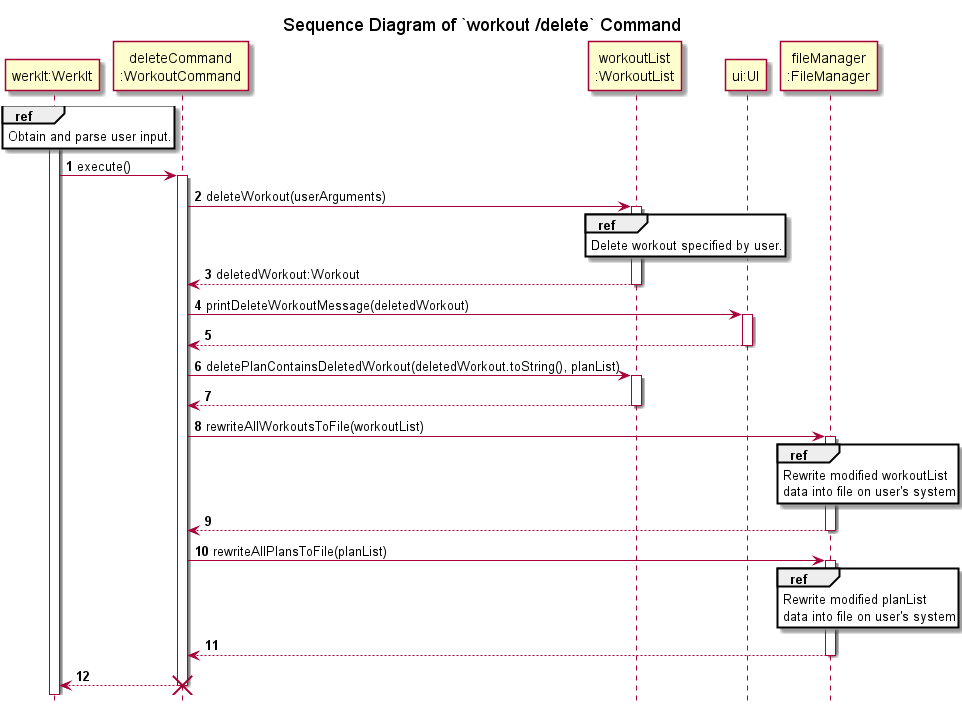
nus-cs2113-AY2122S2/tp keeps this PlantUML diagram as docs/uml/sequenceDiagrams/workouts/images/deleteWorkout-Part1.png. Above is the earlier version. Its diagram source:
```plantuml
@startuml
!include ../../Style.puml

autonumber

title Sequence Diagram of `workout /delete` Command
hide footbox

participant "werkIt:WerkIt" AS WerkIt
participant "deleteCommand\n:WorkoutCommand" AS deleteCommand
participant "workoutList\n:WorkoutList" AS WorkoutList
participant "ui:UI" AS UI2
participant "fileManager\n:FileManager" as FileManager

activate WerkIt
ref over WerkIt
Obtain and parse user input.
end

WerkIt -> deleteCommand : execute()
activate deleteCommand
deleteCommand -> WorkoutList : deleteWorkout(userArguments)
activate WorkoutList
ref over WorkoutList
Delete workout specified by user.
end
deleteCommand <-- WorkoutList : deletedWorkout:Workout
deactivate WorkoutList

deleteCommand -> UI2 : printDeleteWorkoutMessage(deletedWorkout)
activate UI2
deleteCommand <-- UI2
deactivate UI2

deleteCommand -> WorkoutList : deletePlanContainsDeletedWorkout(deletedWorkout.toString(), planList)
activate WorkoutList
deleteCommand <-- WorkoutList
deactivate WorkoutList

deleteCommand -> FileManager : rewriteAllWorkoutsToFile(workoutList)
activate FileManager
ref over FileManager
Rewrite modified workoutList
data into file on user's system
end
deleteCommand <-- FileManager
deactivate FileManager

deleteCommand -> FileManager : rewriteAllPlansToFile(planList)
activate FileManager
ref over FileManager
Rewrite modified planList
data into file on user's system
end
deleteCommand <-- FileManager
deactivate FileManager

WerkIt <-- deleteCommand
deactivate deleteCommand

destroy deleteCommand
@enduml
```
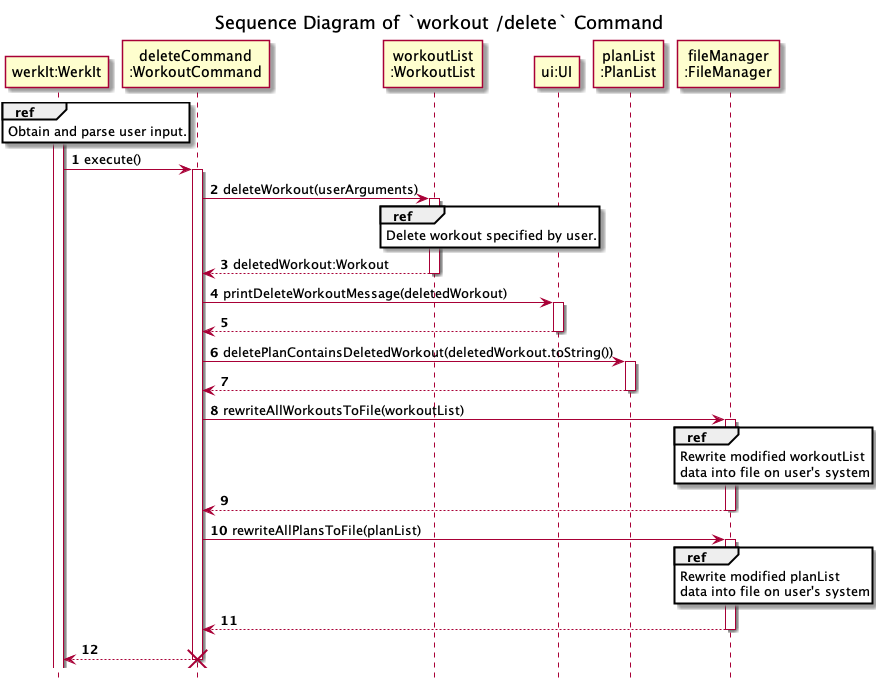
After the change.

What changed in the source:
```diff
@@ -10,6 +10,7 @@
 participant "deleteCommand\n:WorkoutCommand" AS deleteCommand
 participant "workoutList\n:WorkoutList" AS WorkoutList
 participant "ui:UI" AS UI2
+participant "planList\n:PlanList" AS PlanList
 participant "fileManager\n:FileManager" as FileManager
 
 activate WerkIt
@@ -32,10 +33,10 @@
 deleteCommand <-- UI2
 deactivate UI2
 
-deleteCommand -> WorkoutList : deletePlanContainsDeletedWorkout(deletedWorkout.toString(), planList)
-activate WorkoutList
-deleteCommand <-- WorkoutList
-deactivate WorkoutList
+deleteCommand -> PlanList : deletePlanContainsDeletedWorkout(deletedWorkout.toString())
+activate PlanList
+deleteCommand <-- PlanList
+deactivate PlanList
 
 deleteCommand -> FileManager : rewriteAllWorkoutsToFile(workoutList)
 activate FileManager
```
